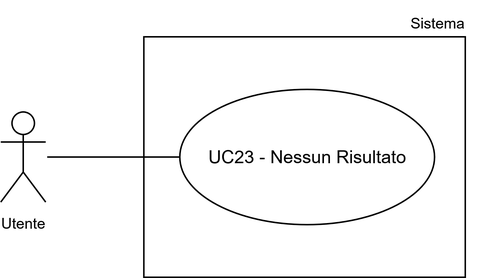
7-ZPUs/Docs keeps this draw.io diagram as assets/uml/UC23.png. Above is the earlier version. Source tidied: cells renumbered, new cells last; positions are measured from the earlier drawing's top-left corner, leaving out a move shared by most shapes.
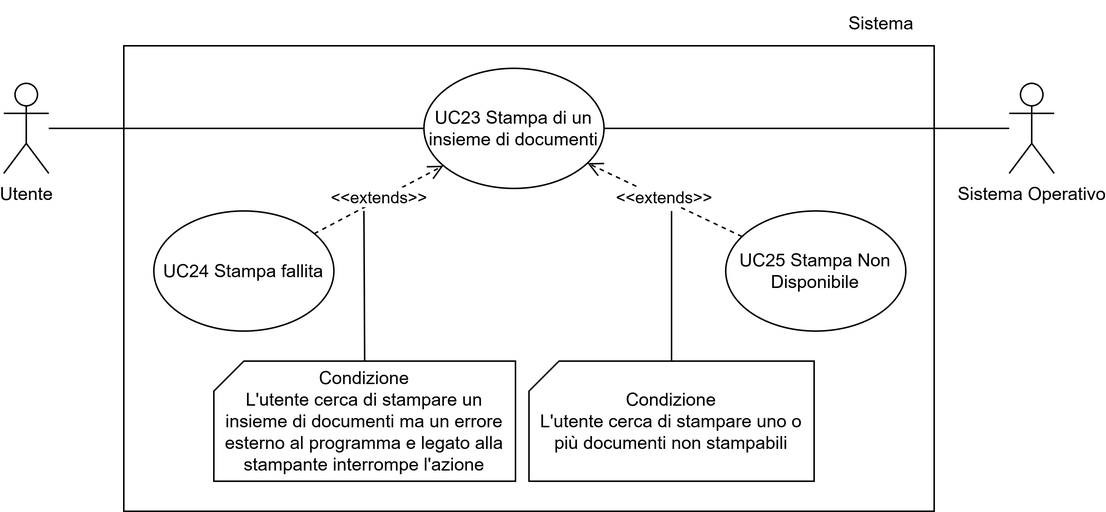
The same diagram one commit later.

What changed in the source:
```diff
@@ -2,22 +2,58 @@
   <root>
     <mxCell id="0" />
     <mxCell id="1" parent="0" />
-    <mxCell id="2" style="whiteSpace=wrap;html=1;" parent="1" vertex="1">
-      <mxGeometry x="95.5" y="24" width="214.5" height="160" as="geometry" />
+    <mxCell id="2" style="rounded=0;whiteSpace=wrap;html=1;" parent="1" vertex="1">
+      <mxGeometry x="-141" y="-6902" width="540" height="310" as="geometry" />
     </mxCell>
-    <mxCell id="3" value="&lt;font style=&quot;font-size: 10px;&quot;&gt;Utente&lt;/font&gt;" style="shape=umlActor;verticalLabelPosition=bottom;verticalAlign=top;html=1;" parent="1" vertex="1">
-      <mxGeometry y="74" width="30" height="60" as="geometry" />
+    <mxCell id="3" value="Utente" style="shape=umlActor;verticalLabelPosition=bottom;verticalAlign=top;html=1;" parent="1" vertex="1">
+      <mxGeometry x="-221" y="-6877" width="30" height="60" as="geometry" />
     </mxCell>
-    <mxCell id="4" style="endArrow=none;html=1;rounded=0;entryX=0;entryY=0.5;entryDx=0;entryDy=0;" parent="1" edge="1" target="6">
-      <mxGeometry relative="1" as="geometry">
-        <mxPoint x="31" y="104" as="sourcePoint" />
-      </mxGeometry>
+    <mxCell id="4" value="UC23 Stampa di un insieme di documenti" style="ellipse;whiteSpace=wrap;html=1;" parent="1" vertex="1">
+      <mxGeometry x="59" y="-6887" width="120" height="80" as="geometry" />
     </mxCell>
-    <mxCell id="5" value="Sistema" style="text;html=1;whiteSpace=wrap;strokeColor=none;fillColor=none;align=center;verticalAlign=middle;rounded=0;fontSize=10;" parent="1" vertex="1">
-      <mxGeometry x="261.5" width="60" height="30" as="geometry" />
+    <mxCell id="5" style="endArrow=none;html=1;rounded=0;" parent="1" edge="1" source="4">
+      <mxGeometry relative="1" as="geometry">
+        <mxPoint x="-191" y="-6847" as="targetPoint" />
+      </mxGeometry>
     </mxCell>
-    <mxCell id="6" value="UC23 - Nessun Risultato" style="ellipse;whiteSpace=wrap;html=1;" parent="1" vertex="1">
-      <mxGeometry x="119.5" y="59" width="170" height="90" as="geometry" />
+    <mxCell id="6" value="UC24 Stampa fallita" style="ellipse;whiteSpace=wrap;html=1;" parent="1" vertex="1">
+      <mxGeometry x="-121" y="-6792" width="120" height="80" as="geometry" />
     </mxCell>
+    <mxCell id="7" value="&amp;lt;&amp;lt;extends&amp;gt;&amp;gt;" style="html=1;verticalAlign=bottom;endArrow=open;dashed=1;endSize=8;curved=0;rounded=0;endFill=0;" parent="1" edge="1" source="6" target="4">
+      <mxGeometry x="-0.07" y="-7" relative="1" as="geometry" />
+    </mxCell>
+    <mxCell id="8" value="&lt;div&gt;Condizione&lt;/div&gt;&lt;div&gt;L'utente cerca di stampare un insieme di documenti ma un errore esterno al programma e legato alla stampante interrompe l'azione&lt;/div&gt;" style="shape=card;whiteSpace=wrap;html=1;size=20;" parent="1" vertex="1">
+      <mxGeometry x="-81" y="-6692" width="201" height="80" as="geometry" />
+    </mxCell>
+    <mxCell id="9" style="endArrow=none;html=1;rounded=0;exitX=0.5;exitY=0;exitDx=0;exitDy=0;exitPerimeter=0;" parent="1" edge="1" source="8">
+      <mxGeometry relative="1" as="geometry">
+        <mxPoint x="19" y="-6792" as="targetPoint" />
+      </mxGeometry>
+    </mxCell>
+    <mxCell id="10" value="Sistema Operativo" style="shape=umlActor;verticalLabelPosition=bottom;verticalAlign=top;html=1;" parent="1" vertex="1">
+      <mxGeometry x="449" y="-6877" width="30" height="60" as="geometry" />
+    </mxCell>
+    <mxCell id="11" style="endArrow=none;html=1;rounded=0;" parent="1" edge="1" source="4">
+      <mxGeometry relative="1" as="geometry">
+        <mxPoint x="449" y="-6847" as="targetPoint" />
+      </mxGeometry>
+    </mxCell>
+    <mxCell id="12" value="UC25 Stampa Non Disponibile" style="ellipse;whiteSpace=wrap;html=1;" parent="1" vertex="1">
+      <mxGeometry x="260.1" y="-6792" width="120" height="80" as="geometry" />
+    </mxCell>
+    <mxCell id="13" value="&amp;lt;&amp;lt;extends&amp;gt;&amp;gt;" style="html=1;verticalAlign=bottom;endArrow=open;dashed=1;endSize=8;curved=0;rounded=0;endFill=0;" parent="1" edge="1" source="12" target="4">
+      <mxGeometry x="-0.05" y="7" relative="1" as="geometry" />
+    </mxCell>
+    <mxCell id="14" value="&lt;div&gt;Condizione&lt;/div&gt;&lt;div&gt;L'utente cerca di stampare uno o più documenti non stampabili&lt;/div&gt;" style="shape=card;whiteSpace=wrap;html=1;size=20;" parent="1" vertex="1">
+      <mxGeometry x="129" y="-6692" width="190" height="80" as="geometry" />
+    </mxCell>
+    <mxCell id="15" style="endArrow=none;html=1;rounded=0;exitX=0.5;exitY=0;exitDx=0;exitDy=0;exitPerimeter=0;" parent="1" edge="1" source="14">
+      <mxGeometry relative="1" as="geometry">
+        <mxPoint x="224" y="-6792" as="targetPoint" />
+      </mxGeometry>
+    </mxCell>
+    <mxCell id="16" value="&lt;div&gt;Sistema&lt;/div&gt;" style="text;html=1;whiteSpace=wrap;strokeColor=none;fillColor=none;align=center;verticalAlign=middle;rounded=0;" parent="1" vertex="1">
+      <mxGeometry x="329" y="-6932" width="70" height="30" as="geometry" />
+    </mxCell>
   </root>
 </mxGraphModel>
```
